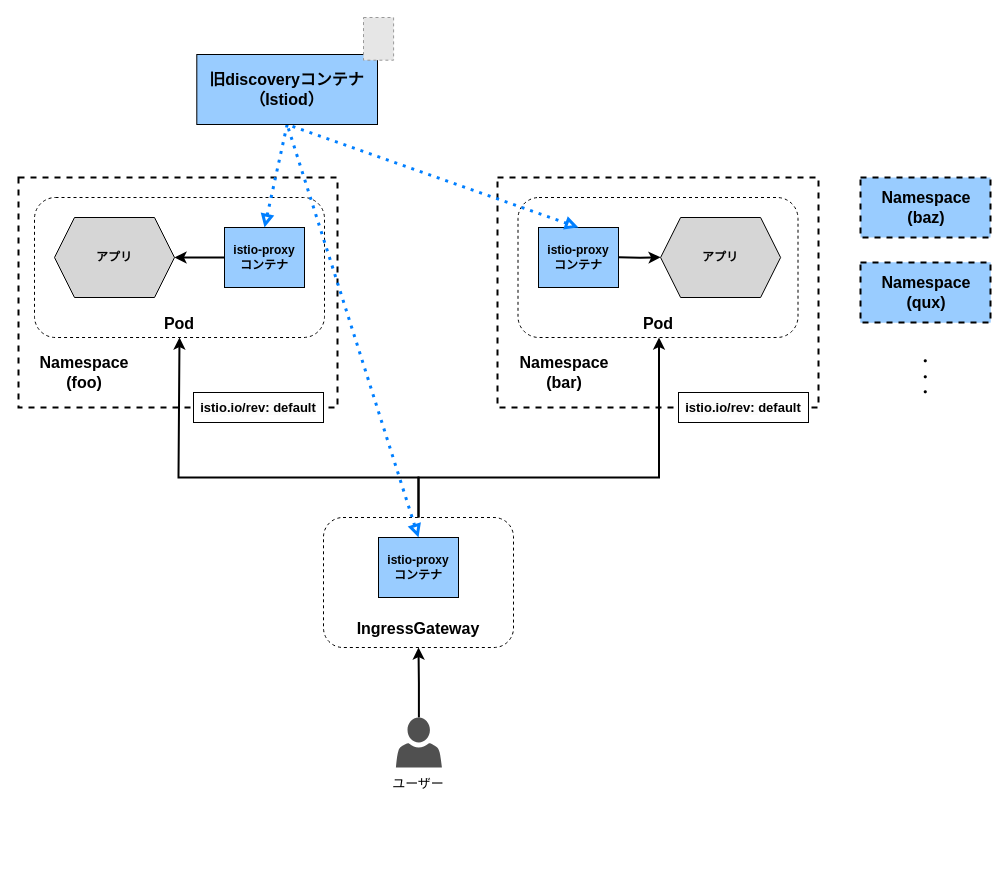
Above: page "istio_canary-upgrade_1" (5 of 26) of images/drawio/istio/upgrade_istio.drawio in hiroki-it/tech-notebook-images (draw.io), before the change. Source tidied: cells renumbered, new cells numbered last; positions are measured from the earlier drawing's top-left corner, leaving out a move shared by most shapes. Both pictures are drawn from the tidied source at 100%, with x=0, y=0 at pixel (18, 17). Pictures stored in the file or linked from it are replaced by grey dashed boxes.
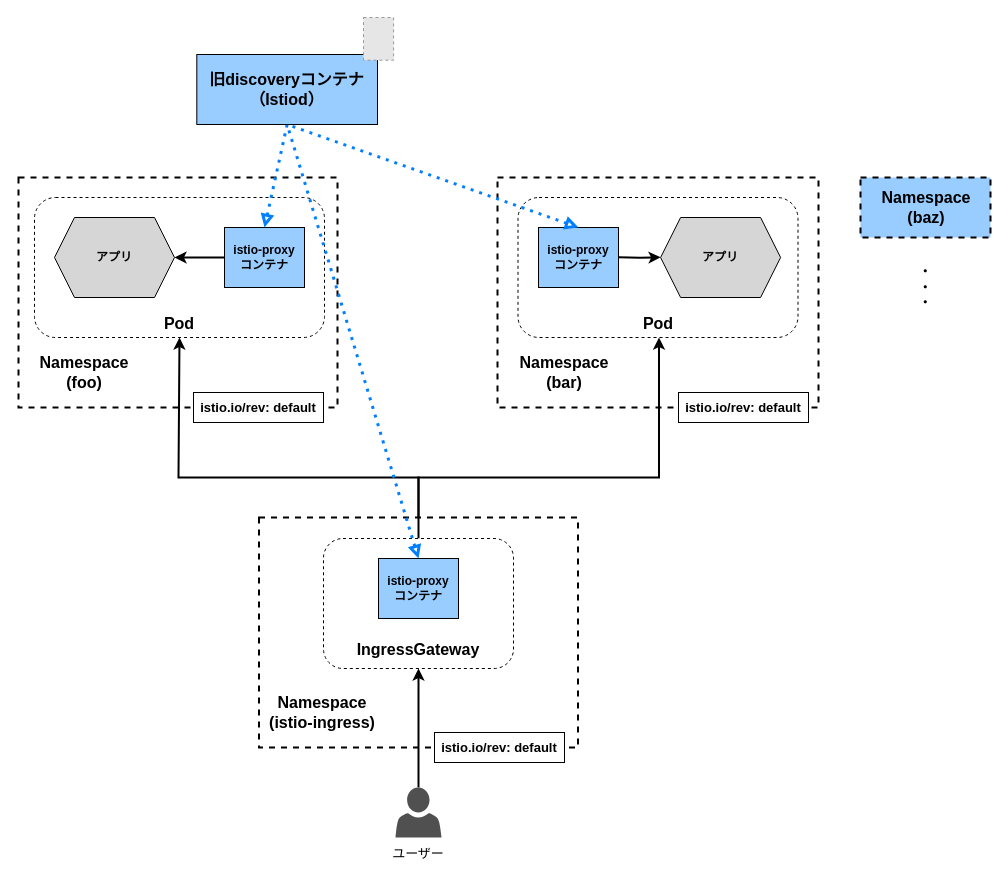
Above is the later version.

Unchanged cells that the change refers to:
```xml
<mxCell id="8" value="&lt;b style=&quot;font-size: 16px;&quot;&gt;Pod&lt;/b&gt;" style="text;html=1;strokeColor=none;fillColor=none;align=center;verticalAlign=middle;whiteSpace=wrap;rounded=0;dashed=1;fontStyle=0;fontSize=16;" parent="1" vertex="1">
  <mxGeometry x="128.9" y="292" width="64.2" height="28" as="geometry" />
</mxCell>
<mxCell id="11" value="&lt;b style=&quot;font-size: 16px;&quot;&gt;Pod&lt;/b&gt;" style="text;html=1;strokeColor=none;fillColor=none;align=center;verticalAlign=middle;whiteSpace=wrap;rounded=0;dashed=1;fontStyle=0;fontSize=16;" parent="1" vertex="1">
  <mxGeometry x="608.4" y="292" width="64.2" height="28" as="geometry" />
</mxCell>
<mxCell id="35" style="group;fillColor=default;" parent="1" vertex="1">
  <mxGeometry x="842" y="160" width="130" height="60" as="geometry" />
</mxCell>
```

The edit, as a diff of the source:
```diff
@@
-    <mxCell id="2" style="rounded=1;whiteSpace=wrap;html=1;fillColor=default;gradientColor=none;dashed=1;" parent="1" vertex="1">
-      <mxGeometry x="305" y="500" width="190" height="130" as="geometry" />
-    </mxCell>
+    <mxCell id="46" style="rounded=0;whiteSpace=wrap;html=1;fillColor=default;dashed=1;strokeColor=default;shadow=0;glass=0;strokeWidth=2;perimeterSpacing=0;" parent="1" vertex="1">
+      <mxGeometry x="240.5" y="500" width="319" height="230" as="geometry" />
+    </mxCell>
@@
-    <mxCell id="26" style="edgeStyle=orthogonalEdgeStyle;rounded=0;jettySize=auto;html=1;strokeWidth=2;entryX=0.5;entryY=1;entryDx=0;entryDy=0;" parent="1" edge="1" source="27" target="2">
-      <mxGeometry relative="1" as="geometry" />
-    </mxCell>
-    <mxCell id="27" style="sketch=0;shadow=0;dashed=0;html=1;strokeColor=none;fillColor=#505050;labelPosition=center;verticalLabelPosition=bottom;verticalAlign=top;outlineConnect=0;align=center;shape=mxgraph.office.users.user;rounded=0;glass=0;labelBackgroundColor=none;strokeWidth=2;" parent="1" vertex="1">
-      <mxGeometry x="377.4" y="700" width="46" height="50" as="geometry" />
-    </mxCell>
-    <mxCell id="28" style="edgeStyle=orthogonalEdgeStyle;rounded=0;jettySize=auto;html=1;entryX=0.5;entryY=1;entryDx=0;entryDy=0;strokeWidth=2;exitX=0.5;exitY=0;exitDx=0;exitDy=0;" parent="1" edge="1" source="2" target="8">
+    <mxCell id="28" style="edgeStyle=orthogonalEdgeStyle;rounded=0;jettySize=auto;html=1;entryX=0.5;entryY=1;entryDx=0;entryDy=0;strokeWidth=2;exitX=0.5;exitY=0;exitDx=0;exitDy=0;" parent="1" edge="1" target="8">
       <mxGeometry relative="1" as="geometry">
+        <mxPoint x="400" y="500" as="sourcePoint" />
         <Array as="points">
           <mxPoint x="400" y="460" />
           <mxPoint x="160" y="460" />
           <mxPoint x="160" y="320" />
         </Array>
       </mxGeometry>
     </mxCell>
@@
-    <mxCell id="30" style="edgeStyle=orthogonalEdgeStyle;rounded=0;jettySize=auto;html=1;entryX=0.5;entryY=1;entryDx=0;entryDy=0;strokeWidth=2;exitX=0.5;exitY=0;exitDx=0;exitDy=0;" parent="1" edge="1" source="2" target="11">
+    <mxCell id="30" style="edgeStyle=orthogonalEdgeStyle;rounded=0;jettySize=auto;html=1;entryX=0.5;entryY=1;entryDx=0;entryDy=0;strokeWidth=2;exitX=0.5;exitY=0;exitDx=0;exitDy=0;" parent="1" edge="1" source="48" target="11">
       <mxGeometry relative="1" as="geometry">
         <Array as="points">
           <mxPoint x="400" y="460" />
           <mxPoint x="640" y="460" />
           <mxPoint x="640" y="320" />
         </Array>
       </mxGeometry>
     </mxCell>
+    <mxCell id="42" value="&lt;span style=&quot;border-color: var(--border-color); color: rgb(0, 0, 0); font-family: Helvetica; font-size: 13px; font-style: normal; font-variant-ligatures: normal; font-variant-caps: normal; letter-spacing: normal; orphans: 2; text-indent: 0px; text-transform: none; widows: 2; word-spacing: 0px; -webkit-text-stroke-width: 0px; background-color: rgb(251, 251, 251); text-decoration-thickness: initial; text-decoration-style: initial; text-decoration-color: initial;&quot;&gt;istio.io/rev:&amp;nbsp;&lt;/span&gt;default" style="text;whiteSpace=wrap;html=1;fontSize=13;align=center;verticalAlign=middle;fillColor=default;fontStyle=1;strokeColor=default;" parent="1" vertex="1">
+      <mxGeometry x="660" y="375" width="130" height="30" as="geometry" />
+    </mxCell>
+    <mxCell id="43" value="&lt;span style=&quot;border-color: var(--border-color); color: rgb(0, 0, 0); font-family: Helvetica; font-size: 13px; font-style: normal; font-variant-ligatures: normal; font-variant-caps: normal; letter-spacing: normal; orphans: 2; text-indent: 0px; text-transform: none; widows: 2; word-spacing: 0px; -webkit-text-stroke-width: 0px; background-color: rgb(251, 251, 251); text-decoration-thickness: initial; text-decoration-style: initial; text-decoration-color: initial;&quot;&gt;istio.io/rev: default&lt;/span&gt;" style="text;whiteSpace=wrap;html=1;fontSize=13;align=center;verticalAlign=middle;fillColor=default;fontStyle=1;strokeColor=default;" parent="1" vertex="1">
+      <mxGeometry x="175" y="375" width="130" height="30" as="geometry" />
+    </mxCell>
+    <mxCell id="47" value="&lt;span style=&quot;border-color: var(--border-color); color: rgb(0, 0, 0); font-family: Helvetica; font-size: 13px; font-style: normal; font-variant-ligatures: normal; font-variant-caps: normal; letter-spacing: normal; orphans: 2; text-indent: 0px; text-transform: none; widows: 2; word-spacing: 0px; -webkit-text-stroke-width: 0px; background-color: rgb(251, 251, 251); text-decoration-thickness: initial; text-decoration-style: initial; text-decoration-color: initial;&quot;&gt;istio.io/rev:&amp;nbsp;&lt;/span&gt;default" style="text;whiteSpace=wrap;html=1;fontSize=13;align=center;verticalAlign=middle;fillColor=default;fontStyle=1;strokeColor=default;" parent="1" vertex="1">
+      <mxGeometry x="416" y="715" width="130" height="30" as="geometry" />
+    </mxCell>
+    <mxCell id="48" style="rounded=1;whiteSpace=wrap;html=1;fillColor=default;gradientColor=none;dashed=1;" parent="1" vertex="1">
+      <mxGeometry x="305" y="521" width="190" height="130" as="geometry" />
+    </mxCell>
+    <mxCell id="33" value="&lt;b style=&quot;font-size: 16px;&quot;&gt;IngressGateway&lt;/b&gt;" style="text;html=1;strokeColor=none;fillColor=none;align=center;verticalAlign=middle;whiteSpace=wrap;rounded=0;fontSize=16;" parent="1" vertex="1">
+      <mxGeometry x="329.9" y="617" width="140.4" height="30" as="geometry" />
+    </mxCell>
+    <mxCell id="45" value="&lt;b&gt;istio-proxy&lt;br&gt;コンテナ&lt;br&gt;&lt;/b&gt;" style="rounded=0;whiteSpace=wrap;html=1;fillColor=#99CCFF;strokeColor=default;direction=east;gradientColor=none;" parent="1" vertex="1">
+      <mxGeometry x="360" y="541" width="80" height="60" as="geometry" />
+    </mxCell>
+    <mxCell id="49" value="&lt;b style=&quot;font-size: 16px;&quot;&gt;Namespace&lt;br&gt;(istio-ingress)&lt;br&gt;&lt;/b&gt;" style="text;html=1;strokeColor=none;fillColor=none;align=center;verticalAlign=middle;whiteSpace=wrap;rounded=0;dashed=1;fontStyle=0;fontSize=16;" parent="1" vertex="1">
+      <mxGeometry x="247.9" y="670" width="112.1" height="50" as="geometry" />
+    </mxCell>
+    <mxCell id="50" style="edgeStyle=orthogonalEdgeStyle;rounded=0;jettySize=auto;html=1;strokeWidth=2;entryX=0.5;entryY=1;entryDx=0;entryDy=0;" parent="1" edge="1" source="51" target="48">
+      <mxGeometry relative="1" as="geometry" />
+    </mxCell>
+    <mxCell id="51" style="sketch=0;shadow=0;dashed=0;html=1;strokeColor=none;fillColor=#505050;labelPosition=center;verticalLabelPosition=bottom;verticalAlign=top;outlineConnect=0;align=center;shape=mxgraph.office.users.user;rounded=0;glass=0;labelBackgroundColor=none;strokeWidth=2;" parent="1" vertex="1">
+      <mxGeometry x="377" y="770" width="46" height="50" as="geometry" />
+    </mxCell>
+    <mxCell id="34" style="edgeStyle=none;rounded=0;jumpStyle=none;orthogonalLoop=1;jettySize=auto;html=1;shadow=0;dashed=1;dashPattern=1 2;strokeColor=#66B2FF;strokeWidth=3;startArrow=none;startFill=0;endArrow=none;endFill=0;entryX=0.5;entryY=1;entryDx=0;entryDy=0;" parent="1" edge="1" source="33" target="33">
+      <mxGeometry relative="1" as="geometry" />
+    </mxCell>
+    <mxCell id="44" value="&lt;font style=&quot;font-size: 13px;&quot;&gt;ユーザー&lt;/font&gt;" style="text;html=1;strokeColor=none;fillColor=none;align=center;verticalAlign=middle;whiteSpace=wrap;rounded=0;fontSize=16;fontColor=default;" parent="1" vertex="1">
+      <mxGeometry x="365" y="820" width="70" height="30" as="geometry" />
+    </mxCell>
@@
-    <mxCell id="33" value="&lt;b style=&quot;font-size: 16px;&quot;&gt;IngressGateway&lt;/b&gt;" style="text;html=1;strokeColor=none;fillColor=none;align=center;verticalAlign=middle;whiteSpace=wrap;rounded=0;fontSize=16;" parent="1" vertex="1">
-      <mxGeometry x="329.9" y="596" width="140.4" height="30" as="geometry" />
-    </mxCell>
-    <mxCell id="34" style="edgeStyle=none;rounded=0;jumpStyle=none;orthogonalLoop=1;jettySize=auto;html=1;shadow=0;dashed=1;dashPattern=1 2;strokeColor=#66B2FF;strokeWidth=3;startArrow=none;startFill=0;endArrow=none;endFill=0;entryX=0.5;entryY=1;entryDx=0;entryDy=0;" parent="1" edge="1" source="33" target="33">
-      <mxGeometry relative="1" as="geometry" />
-    </mxCell>
@@
-    <mxCell id="36" style="rounded=0;whiteSpace=wrap;html=1;fillColor=#99CCFF;dashed=1;strokeColor=default;shadow=0;glass=0;strokeWidth=2;" parent="35" vertex="1">
-      <mxGeometry width="130" height="60" as="geometry" />
-    </mxCell>
+    <mxCell id="52" style="rounded=0;whiteSpace=wrap;html=1;fillColor=#99CCFF;dashed=1;strokeColor=default;shadow=0;glass=0;strokeWidth=2;" parent="35" vertex="1">
+      <mxGeometry width="130" height="60" as="geometry" />
+    </mxCell>
@@
-    <mxCell id="38" style="group;fillColor=#99CCFF;" parent="1" vertex="1">
-      <mxGeometry x="842" y="245" width="130" height="60" as="geometry" />
-    </mxCell>
-    <mxCell id="39" style="rounded=0;whiteSpace=wrap;html=1;fillColor=#99CCFF;dashed=1;strokeColor=default;shadow=0;glass=0;strokeWidth=2;" parent="38" vertex="1">
-      <mxGeometry width="130" height="60" as="geometry" />
-    </mxCell>
-    <mxCell id="40" value="&lt;b style=&quot;font-size: 16px;&quot;&gt;Namespace&lt;br&gt;(qux)&lt;br&gt;&lt;/b&gt;" style="text;html=1;strokeColor=none;fillColor=none;align=center;verticalAlign=middle;whiteSpace=wrap;rounded=0;dashed=1;fontStyle=0;fontSize=16;" parent="38" vertex="1">
-      <mxGeometry x="10" y="8.6" width="112.1" height="42.9" as="geometry" />
-    </mxCell>
     <mxCell id="41" value="・&lt;br style=&quot;font-size: 13px;&quot;&gt;・&lt;br style=&quot;font-size: 13px;&quot;&gt;・" style="text;html=1;strokeColor=none;fillColor=none;align=center;verticalAlign=middle;whiteSpace=wrap;rounded=0;fontStyle=1;fontSize=13;" parent="1" vertex="1">
-      <mxGeometry x="877" y="330" width="60" height="60" as="geometry" />
+      <mxGeometry x="877" y="240" width="60" height="60" as="geometry" />
     </mxCell>
-    <mxCell id="42" value="&lt;span style=&quot;border-color: var(--border-color); color: rgb(0, 0, 0); font-family: Helvetica; font-size: 13px; font-style: normal; font-variant-ligatures: normal; font-variant-caps: normal; letter-spacing: normal; orphans: 2; text-indent: 0px; text-transform: none; widows: 2; word-spacing: 0px; -webkit-text-stroke-width: 0px; background-color: rgb(251, 251, 251); text-decoration-thickness: initial; text-decoration-style: initial; text-decoration-color: initial;&quot;&gt;istio.io/rev:&amp;nbsp;&lt;/span&gt;default" style="text;whiteSpace=wrap;html=1;fontSize=13;align=center;verticalAlign=middle;fillColor=default;fontStyle=1;strokeColor=default;" parent="1" vertex="1">
-      <mxGeometry x="660" y="375" width="130" height="30" as="geometry" />
-    </mxCell>
-    <mxCell id="43" value="&lt;span style=&quot;border-color: var(--border-color); color: rgb(0, 0, 0); font-family: Helvetica; font-size: 13px; font-style: normal; font-variant-ligatures: normal; font-variant-caps: normal; letter-spacing: normal; orphans: 2; text-indent: 0px; text-transform: none; widows: 2; word-spacing: 0px; -webkit-text-stroke-width: 0px; background-color: rgb(251, 251, 251); text-decoration-thickness: initial; text-decoration-style: initial; text-decoration-color: initial;&quot;&gt;istio.io/rev: default&lt;/span&gt;" style="text;whiteSpace=wrap;html=1;fontSize=13;align=center;verticalAlign=middle;fillColor=default;fontStyle=1;strokeColor=default;" parent="1" vertex="1">
-      <mxGeometry x="175" y="375" width="130" height="30" as="geometry" />
-    </mxCell>
-    <mxCell id="44" value="&lt;font style=&quot;font-size: 13px;&quot;&gt;ユーザー&lt;/font&gt;" style="text;html=1;strokeColor=none;fillColor=none;align=center;verticalAlign=middle;whiteSpace=wrap;rounded=0;fontSize=16;fontColor=default;" parent="1" vertex="1">
-      <mxGeometry x="365" y="750" width="70" height="30" as="geometry" />
-    </mxCell>
-    <mxCell id="45" value="&lt;b&gt;istio-proxy&lt;br&gt;コンテナ&lt;br&gt;&lt;/b&gt;" style="rounded=0;whiteSpace=wrap;html=1;fillColor=#99CCFF;strokeColor=default;direction=east;gradientColor=none;" parent="1" vertex="1">
-      <mxGeometry x="360" y="520" width="80" height="60" as="geometry" />
-    </mxCell>
```
